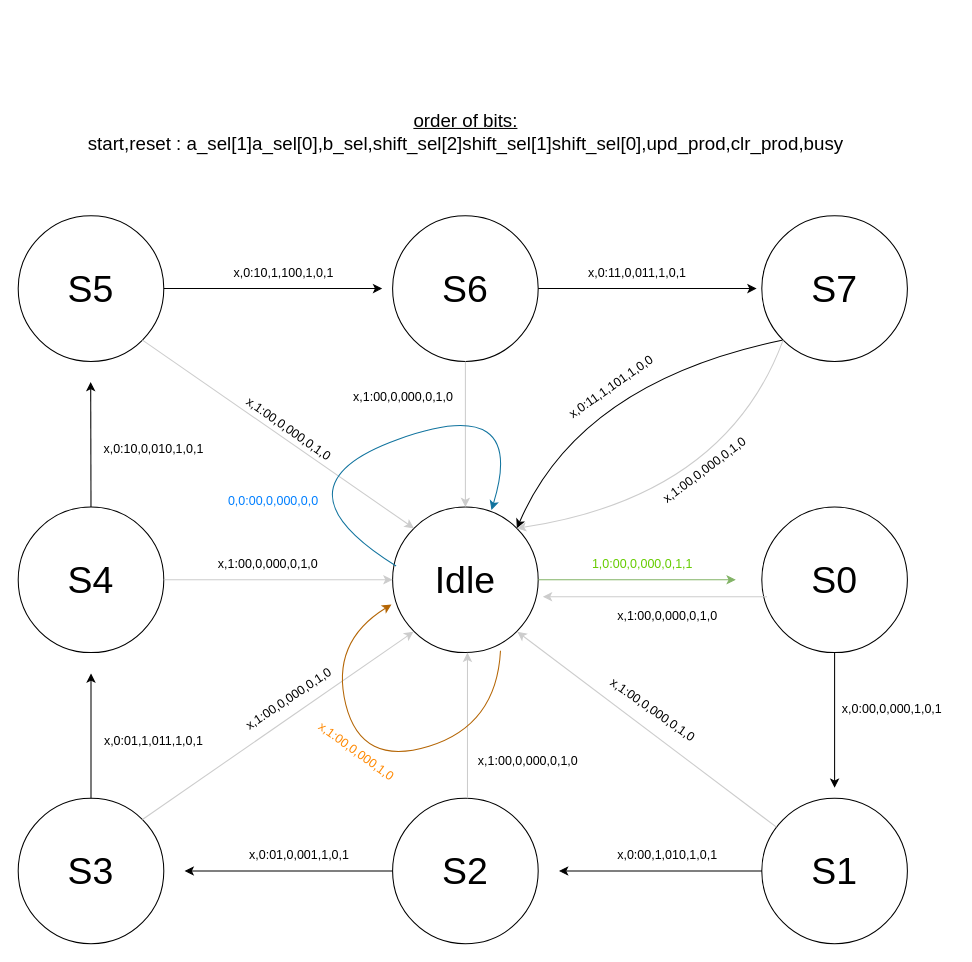
monty6400/NumEx1 keeps this draw.io diagram as page "Page-1" (1 of 2) of Ex2/Ex2_Diagram.drawio. Above is the earlier version. Source tidied: cells renumbered, new cells numbered last; positions are measured from the earlier drawing's top-left corner, leaving out a move shared by most shapes. Both pictures are drawn from the tidied source at 104%, with x=0, y=0 at pixel (18, 101).
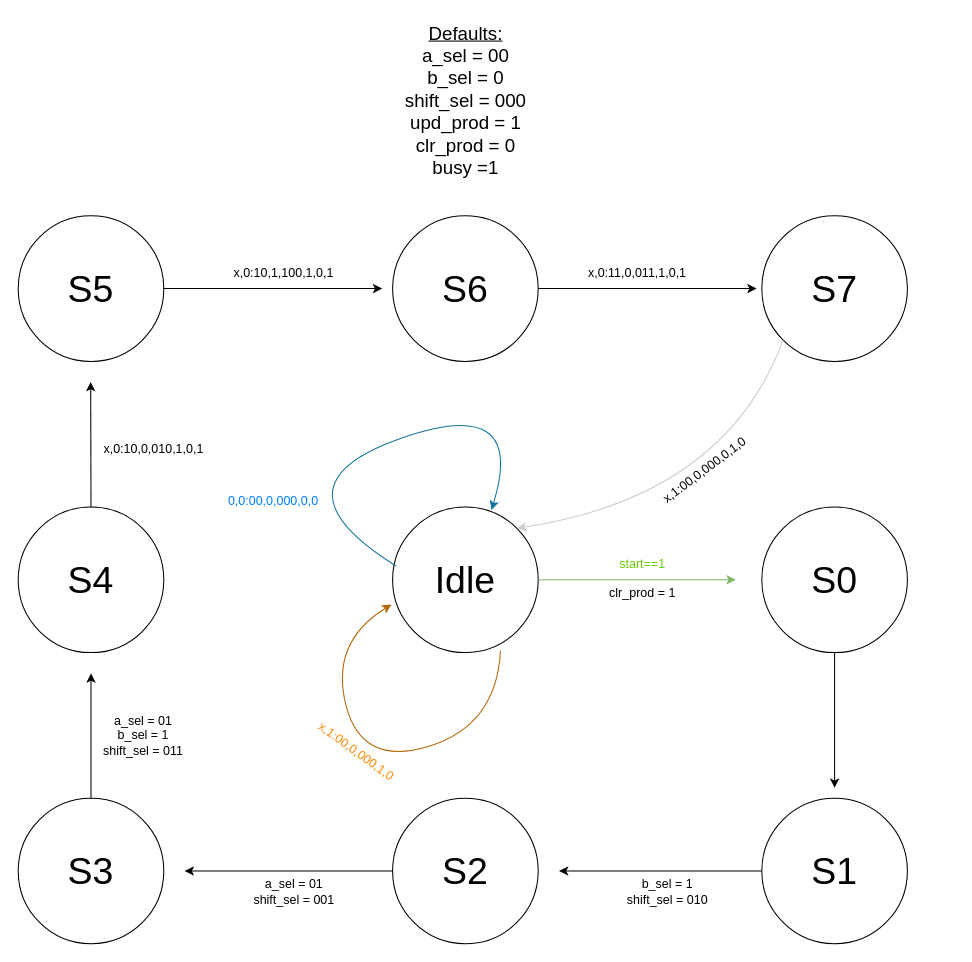
The same page after the edit.

Unchanged cells that the change refers to:
```xml
<mxCell id="2" value="&lt;font style=&quot;font-size: 36px;&quot;&gt;Idle&lt;/font&gt;" style="ellipse;whiteSpace=wrap;html=1;" parent="1" vertex="1">
  <mxGeometry x="360" y="390" width="140" height="140" as="geometry" />
</mxCell>
<mxCell id="4" value="&lt;font style=&quot;font-size: 36px;&quot;&gt;S0&lt;/font&gt;" style="ellipse;whiteSpace=wrap;html=1;" parent="1" vertex="1">
  <mxGeometry x="715" y="390" width="140" height="140" as="geometry" />
</mxCell>
<mxCell id="6" value="&lt;font style=&quot;font-size: 36px;&quot;&gt;S1&lt;/font&gt;" style="ellipse;whiteSpace=wrap;html=1;" parent="1" vertex="1">
  <mxGeometry x="715" y="670" width="140" height="140" as="geometry" />
</mxCell>
<mxCell id="11" value="&lt;font style=&quot;font-size: 36px;&quot;&gt;S4&lt;/font&gt;" style="ellipse;whiteSpace=wrap;html=1;" parent="1" vertex="1">
  <mxGeometry y="390" width="140" height="140" as="geometry" />
</mxCell>
<mxCell id="12" value="&lt;font style=&quot;font-size: 36px;&quot;&gt;S3&lt;/font&gt;" style="ellipse;whiteSpace=wrap;html=1;" parent="1" vertex="1">
  <mxGeometry y="670" width="140" height="140" as="geometry" />
</mxCell>
<mxCell id="15" value="&lt;font style=&quot;font-size: 36px;&quot;&gt;S6&lt;/font&gt;" style="ellipse;whiteSpace=wrap;html=1;" parent="1" vertex="1">
  <mxGeometry x="360" y="110" width="140" height="140" as="geometry" />
</mxCell>
<mxCell id="16" value="&lt;font style=&quot;font-size: 36px;&quot;&gt;S7&lt;/font&gt;" style="ellipse;whiteSpace=wrap;html=1;" parent="1" vertex="1">
  <mxGeometry x="715" y="110" width="140" height="140" as="geometry" />
</mxCell>
<mxCell id="17" value="&lt;font style=&quot;font-size: 36px;&quot;&gt;S5&lt;/font&gt;" style="ellipse;whiteSpace=wrap;html=1;" parent="1" vertex="1">
  <mxGeometry y="110" width="140" height="140" as="geometry" />
</mxCell>
```

Diff of the diagram source:
```diff
@@
-    <mxCell id="5" value="&lt;font color=&quot;#66cc00&quot;&gt;1,0:00,0,000,0,1,1&lt;/font&gt;" style="text;html=1;align=center;verticalAlign=middle;strokeColor=none;fillColor=none;" parent="1" vertex="1">
-      <mxGeometry x="540" y="430" width="120" height="30" as="geometry" />
+    <mxCell id="5" value="&lt;font color=&quot;#66cc00&quot;&gt;start==1&lt;/font&gt;" style="text;html=1;align=center;verticalAlign=middle;strokeColor=none;fillColor=none;" parent="1" vertex="1">
+      <mxGeometry x="565" y="430" width="70" height="30" as="geometry" />
     </mxCell>
@@
-    <mxCell id="8" value="x,0:00,0,000,1,0,1" style="text;html=1;align=center;verticalAlign=middle;strokeColor=none;fillColor=none;" parent="1" vertex="1">
-      <mxGeometry x="780" y="570" width="120" height="30" as="geometry" />
-    </mxCell>
@@
-    <mxCell id="23" value="x,0:11,1,101,1,0,0" style="text;html=1;align=center;verticalAlign=middle;strokeColor=none;fillColor=none;rotation=-35;" parent="1" vertex="1">
-      <mxGeometry x="510" y="260" width="120" height="30" as="geometry" />
-    </mxCell>
-    <mxCell id="24" value="&lt;font style=&quot;font-size: 18px;&quot;&gt;&lt;u&gt;order of bits:&lt;/u&gt;&lt;br&gt;start,reset : a_sel[1]a_sel[0],b_sel,shift_sel[2]shift_sel[1]shift_sel[0],upd_prod,clr_prod,busy&lt;/font&gt;" style="text;html=1;align=center;verticalAlign=middle;strokeColor=none;fillColor=none;" parent="1" vertex="1">
-      <mxGeometry x="55" width="750" height="60" as="geometry" />
+    <mxCell id="24" value="&lt;span style=&quot;font-size: 18px;&quot;&gt;&lt;u&gt;Defaults:&lt;/u&gt;&lt;br&gt;a_sel = 00&lt;br&gt;b_sel = 0&lt;br&gt;shift_sel = 000&lt;br&gt;upd_prod = 1&lt;br&gt;clr_prod = 0&lt;br&gt;busy =1&lt;br&gt;&lt;/span&gt;" style="text;html=1;align=center;verticalAlign=middle;strokeColor=none;fillColor=none;" parent="1" vertex="1">
+      <mxGeometry x="360" y="-80" width="140" height="160" as="geometry" />
     </mxCell>
-    <mxCell id="25" value="x,0:00,1,010,1,0,1" style="text;html=1;align=center;verticalAlign=middle;strokeColor=none;fillColor=none;" parent="1" vertex="1">
-      <mxGeometry x="564" y="710" width="120" height="30" as="geometry" />
+    <mxCell id="25" value="b_sel = 1&lt;br&gt;shift_sel = 010" style="text;html=1;align=center;verticalAlign=middle;strokeColor=none;fillColor=none;" parent="1" vertex="1">
+      <mxGeometry x="574" y="740" width="100" height="40" as="geometry" />
     </mxCell>
-    <mxCell id="26" value="x,0:01,0,001,1,0,1" style="text;html=1;align=center;verticalAlign=middle;strokeColor=none;fillColor=none;" parent="1" vertex="1">
-      <mxGeometry x="210" y="710" width="120" height="30" as="geometry" />
-    </mxCell>
-    <mxCell id="27" value="x,0:01,1,011,1,0,1" style="text;html=1;align=center;verticalAlign=middle;strokeColor=none;fillColor=none;" parent="1" vertex="1">
-      <mxGeometry x="75" y="600" width="110" height="30" as="geometry" />
-    </mxCell>
@@
-    <mxCell id="29" style="edgeStyle=none;jettySize=auto;html=1;entryX=0;entryY=1;entryDx=0;entryDy=0;exitX=1;exitY=0;exitDx=0;exitDy=0;curved=1;startArrow=classic;startFill=1;endArrow=none;endFill=0;strokeColor=#000000;" parent="1" edge="1" source="2" target="16">
-      <mxGeometry relative="1" as="geometry">
-        <Array as="points">
-          <mxPoint x="540" y="270" />
-        </Array>
-      </mxGeometry>
-    </mxCell>
@@
-    <mxCell id="32" style="edgeStyle=none;jettySize=auto;html=1;rounded=0;exitX=0.5;exitY=1;exitDx=0;exitDy=0;entryX=0.5;entryY=0;entryDx=0;entryDy=0;strokeColor=#CCCCCC;" parent="1" edge="1" source="15" target="2">
-      <mxGeometry relative="1" as="geometry" />
-    </mxCell>
-    <mxCell id="33" value="x,1:00,0,000,0,1,0" style="text;html=1;align=center;verticalAlign=middle;strokeColor=none;fillColor=none;rotation=0;" parent="1" vertex="1">
-      <mxGeometry x="310" y="270" width="120" height="30" as="geometry" />
-    </mxCell>
-    <mxCell id="34" style="edgeStyle=none;jettySize=auto;html=1;rounded=0;exitX=1;exitY=1;exitDx=0;exitDy=0;entryX=0;entryY=0;entryDx=0;entryDy=0;strokeColor=#CCCCCC;fillColor=#f5f5f5;" parent="1" edge="1" source="17" target="2">
-      <mxGeometry relative="1" as="geometry" />
-    </mxCell>
-    <mxCell id="35" style="edgeStyle=none;jettySize=auto;html=1;rounded=1;exitX=0;exitY=0.5;exitDx=0;exitDy=0;strokeColor=#CCCCCC;endArrow=none;startArrow=classic;startFill=1;endFill=0;entryX=1;entryY=0.5;entryDx=0;entryDy=0;" parent="1" edge="1" source="2" target="11">
-      <mxGeometry relative="1" as="geometry" />
-    </mxCell>
-    <mxCell id="36" style="edgeStyle=none;jettySize=auto;html=1;rounded=1;entryX=1;entryY=0;entryDx=0;entryDy=0;strokeColor=#CCCCCC;endArrow=none;startArrow=classic;startFill=1;endFill=0;" parent="1" edge="1" target="12">
-      <mxGeometry relative="1" as="geometry">
-        <mxPoint x="380" y="510" as="sourcePoint" />
-      </mxGeometry>
-    </mxCell>
-    <mxCell id="37" style="edgeStyle=none;orthogonalLoop=1;jettySize=auto;html=1;rounded=1;entryX=0.5;entryY=0;entryDx=0;entryDy=0;strokeColor=#CCCCCC;endArrow=none;startArrow=classic;startFill=1;endFill=0;exitX=0.5;exitY=1;exitDx=0;exitDy=0;" parent="1" edge="1">
-      <mxGeometry relative="1" as="geometry">
-        <mxPoint x="432" y="530" as="sourcePoint" />
-        <mxPoint x="432" y="670" as="targetPoint" />
-      </mxGeometry>
-    </mxCell>
-    <mxCell id="38" style="edgeStyle=none;jettySize=auto;html=1;rounded=1;strokeColor=#CCCCCC;endArrow=none;startArrow=classic;startFill=1;endFill=0;" parent="1" edge="1" target="6">
-      <mxGeometry relative="1" as="geometry">
-        <mxPoint x="480" y="510" as="sourcePoint" />
-      </mxGeometry>
-    </mxCell>
-    <mxCell id="39" value="x,1:00,0,000,0,1,0" style="text;html=1;align=center;verticalAlign=middle;strokeColor=none;fillColor=none;rotation=35;" parent="1" vertex="1">
-      <mxGeometry x="200" y="300" width="120" height="30" as="geometry" />
-    </mxCell>
-    <mxCell id="40" value="x,1:00,0,000,0,1,0" style="text;html=1;align=center;verticalAlign=middle;strokeColor=none;fillColor=none;rotation=0;" parent="1" vertex="1">
-      <mxGeometry x="180" y="430" width="120" height="30" as="geometry" />
-    </mxCell>
-    <mxCell id="41" value="x,1:00,0,000,0,1,0" style="text;html=1;align=center;verticalAlign=middle;strokeColor=none;fillColor=none;rotation=-34;" parent="1" vertex="1">
-      <mxGeometry x="200" y="560" width="120" height="30" as="geometry" />
-    </mxCell>
-    <mxCell id="42" value="x,1:00,0,000,0,1,0" style="text;html=1;align=center;verticalAlign=middle;strokeColor=none;fillColor=none;rotation=0;" parent="1" vertex="1">
-      <mxGeometry x="430" y="620" width="120" height="30" as="geometry" />
-    </mxCell>
-    <mxCell id="43" value="x,1:00,0,000,0,1,0" style="text;html=1;align=center;verticalAlign=middle;strokeColor=none;fillColor=none;rotation=35;" parent="1" vertex="1">
-      <mxGeometry x="550" y="570" width="120" height="30" as="geometry" />
-    </mxCell>
-    <mxCell id="44" style="edgeStyle=none;jettySize=auto;html=1;rounded=1;exitX=1.032;exitY=0.616;exitDx=0;exitDy=0;strokeColor=#CCCCCC;exitPerimeter=0;endArrow=none;startArrow=classic;startFill=1;endFill=0;entryX=0.036;entryY=0.616;entryDx=0;entryDy=0;entryPerimeter=0;" parent="1" edge="1" source="2" target="4">
-      <mxGeometry relative="1" as="geometry" />
-    </mxCell>
-    <mxCell id="45" value="x,1:00,0,000,0,1,0" style="text;html=1;align=center;verticalAlign=middle;strokeColor=none;fillColor=none;rotation=0;" parent="1" vertex="1">
-      <mxGeometry x="564" y="480" width="120" height="30" as="geometry" />
-    </mxCell>
@@
+    <mxCell id="50" value="clr_prod = 1" style="text;html=1;align=center;verticalAlign=middle;strokeColor=none;fillColor=none;" parent="1" vertex="1">
+      <mxGeometry x="555" y="458" width="90" height="30" as="geometry" />
+    </mxCell>
+    <mxCell id="51" value="a_sel = 01&lt;br&gt;shift_sel = 001" style="text;html=1;align=center;verticalAlign=middle;strokeColor=none;fillColor=none;" parent="1" vertex="1">
+      <mxGeometry x="215" y="740" width="100" height="40" as="geometry" />
+    </mxCell>
+    <mxCell id="52" value="a_sel = 01&lt;br&gt;b_sel = 1&lt;br&gt;shift_sel = 011" style="text;html=1;align=center;verticalAlign=middle;strokeColor=none;fillColor=none;" parent="1" vertex="1">
+      <mxGeometry x="70" y="580" width="100" height="60" as="geometry" />
+    </mxCell>
```
